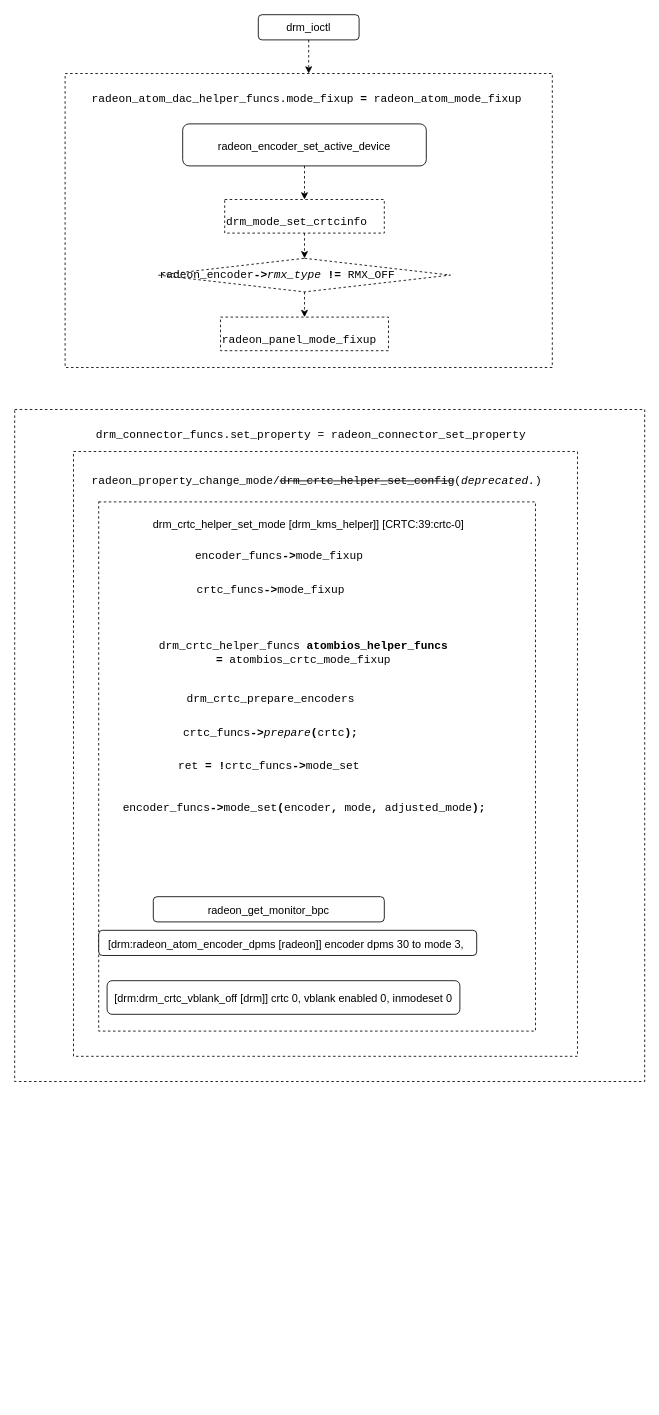
hongaoo/draw-io-files keeps this draw.io diagram as dir/Untitled Diagram.drawio. Above is the earlier version. Source tidied: cells renumbered, new cells numbered last; positions are measured from the earlier drawing's top-left corner, leaving out a move shared by most shapes. Both pictures are drawn from the tidied source at 84%, with x=0, y=0 at pixel (14, 14).
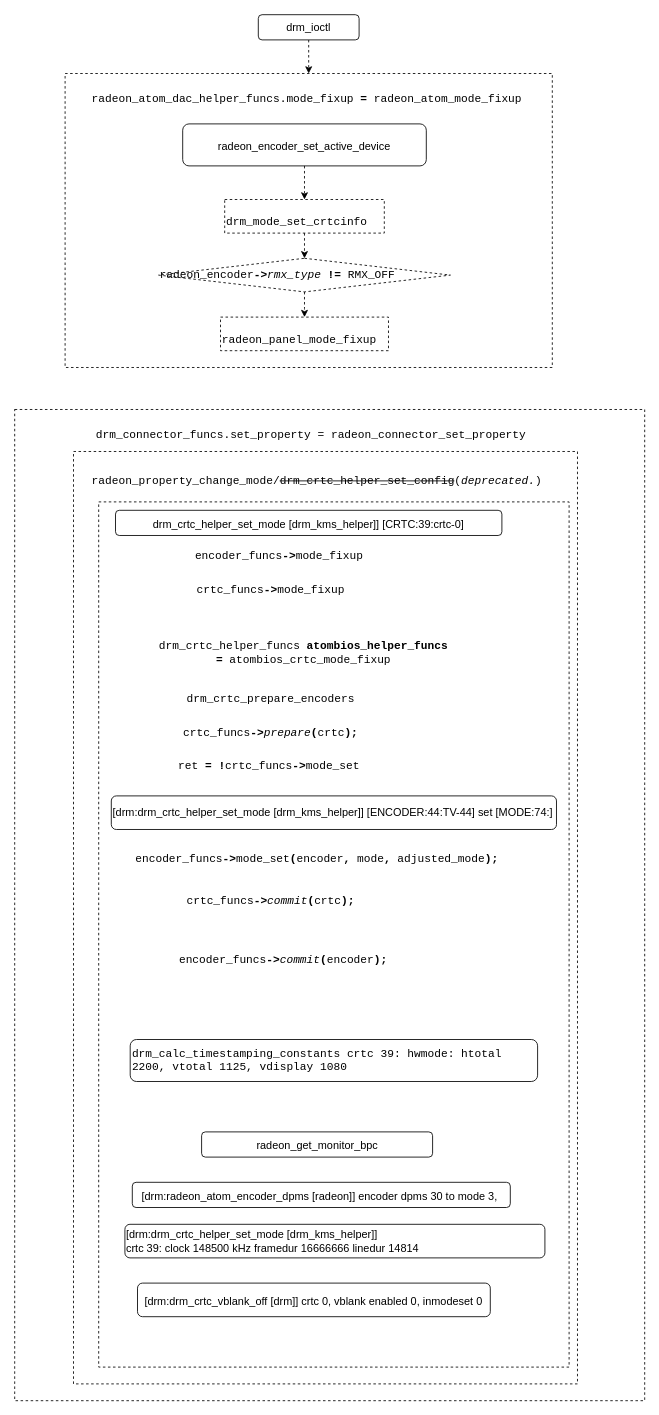
The same page after the edit.

Change to the diagram source:
```diff
@@
     <mxCell id="2" style="rounded=0;whiteSpace=wrap;html=1;dashed=1;fontSize=13;fontColor=default;strokeColor=default;fillColor=none;gradientColor=none;align=left;" parent="1" vertex="1">
-      <mxGeometry y="470" width="750" height="800" as="geometry" />
+      <mxGeometry y="470" width="750" height="1180" as="geometry" />
     </mxCell>
     <mxCell id="3" style="rounded=0;whiteSpace=wrap;html=1;dashed=1;fontSize=13;fontColor=default;strokeColor=default;fillColor=none;gradientColor=none;align=left;" parent="1" vertex="1">
-      <mxGeometry x="70" y="520" width="600" height="720" as="geometry" />
+      <mxGeometry x="70" y="520" width="600" height="1110" as="geometry" />
     </mxCell>
     <mxCell id="4" style="rounded=0;whiteSpace=wrap;html=1;dashed=1;fontSize=13;fontColor=default;strokeColor=default;fillColor=none;gradientColor=none;align=left;" parent="1" vertex="1">
-      <mxGeometry x="100" y="580" width="520" height="630" as="geometry" />
+      <mxGeometry x="100" y="580" width="560" height="1030" as="geometry" />
     </mxCell>
@@
-    <mxCell id="7" value="&lt;div&gt;&lt;font style=&quot;font-size: 13px&quot;&gt;&lt;br&gt;&lt;/font&gt;&lt;/div&gt;&lt;div&gt;&lt;font style=&quot;font-size: 13px&quot;&gt;drm_crtc_helper_set_mode [drm_kms_helper]] [CRTC:39:crtc-0]&lt;/font&gt;&lt;/div&gt;&lt;div&gt;&lt;br&gt;&lt;/div&gt;" style="rounded=1;whiteSpace=wrap;html=1;fontSize=18;fontColor=default;strokeColor=none;fillColor=none;dashed=1;" parent="1" vertex="1">
+    <mxCell id="7" value="&lt;div&gt;&lt;font style=&quot;font-size: 13px&quot;&gt;&lt;br&gt;&lt;/font&gt;&lt;/div&gt;&lt;div&gt;&lt;font style=&quot;font-size: 13px&quot;&gt;drm_crtc_helper_set_mode [drm_kms_helper]] [CRTC:39:crtc-0]&lt;/font&gt;&lt;/div&gt;&lt;div&gt;&lt;br&gt;&lt;/div&gt;" style="rounded=1;whiteSpace=wrap;html=1;fontSize=18;fontColor=default;strokeColor=default;fillColor=none;" parent="1" vertex="1">
       <mxGeometry x="120" y="590" width="460" height="30" as="geometry" />
     </mxCell>
     <mxCell id="8" value="&lt;font style=&quot;font-size: 13px&quot;&gt;radeon_get_monitor_bpc&lt;/font&gt;" style="rounded=1;whiteSpace=wrap;html=1;fontSize=18;fontColor=default;strokeColor=default;fillColor=default;" parent="1" vertex="1">
-      <mxGeometry x="165" y="1050" width="275" height="30" as="geometry" />
+      <mxGeometry x="222.5" y="1330" width="275" height="30" as="geometry" />
     </mxCell>
     <mxCell id="9" value="&lt;font style=&quot;font-size: 13px&quot;&gt;[drm:radeon_atom_encoder_dpms [radeon]] encoder dpms 30 to mode 3,&amp;nbsp;&lt;/font&gt;" style="rounded=1;whiteSpace=wrap;html=1;fontSize=18;fontColor=default;strokeColor=default;fillColor=default;" parent="1" vertex="1">
-      <mxGeometry x="100" y="1090" width="450" height="30" as="geometry" />
+      <mxGeometry x="140" y="1390" width="450" height="30" as="geometry" />
     </mxCell>
     <mxCell id="10" value="&lt;div&gt;&lt;font style=&quot;font-size: 13px&quot;&gt;&lt;br&gt;&lt;/font&gt;&lt;/div&gt;&lt;div&gt;&lt;font style=&quot;font-size: 13px&quot;&gt;[drm:drm_crtc_vblank_off [drm]] crtc 0, vblank enabled 0, inmodeset 0&lt;/font&gt;&lt;/div&gt;&lt;div&gt;&lt;br&gt;&lt;/div&gt;" style="rounded=1;whiteSpace=wrap;html=1;fontSize=18;fontColor=default;strokeColor=default;fillColor=default;" parent="1" vertex="1">
-      <mxGeometry x="110" y="1150" width="420" height="40" as="geometry" />
+      <mxGeometry x="146.2" y="1510" width="420" height="40" as="geometry" />
     </mxCell>
@@
     <mxCell id="28" value="&lt;p style=&quot;font-family: monospace , &amp;quot;courier&amp;quot; ; font-size: 10pt&quot;&gt;&lt;span style=&quot;&quot;&gt;encoder_funcs&lt;/span&gt;&lt;span style=&quot;font-weight: bold&quot;&gt;-&amp;gt;&lt;/span&gt;mode_set&lt;span style=&quot;font-weight: bold&quot;&gt;(&lt;/span&gt;&lt;span style=&quot;&quot;&gt;encoder&lt;/span&gt;&lt;span style=&quot;font-weight: bold&quot;&gt;,&lt;/span&gt; &lt;span style=&quot;&quot;&gt;mode&lt;/span&gt;&lt;span style=&quot;font-weight: bold&quot;&gt;,&lt;/span&gt; &lt;span style=&quot;&quot;&gt;adjusted_mode&lt;/span&gt;&lt;span style=&quot;font-weight: bold&quot;&gt;);&lt;/span&gt;&lt;/p&gt;" style="text;html=1;strokeColor=none;fillColor=none;align=center;verticalAlign=middle;whiteSpace=wrap;rounded=0;dashed=1;fontSize=13;fontColor=default;" parent="1" vertex="1">
-      <mxGeometry x="110" y="930" width="470" height="30" as="geometry" />
+      <mxGeometry x="125" y="990" width="470" height="30" as="geometry" />
     </mxCell>
+    <mxCell id="29" value="&lt;p style=&quot;font-family: monospace , &amp;quot;courier&amp;quot; ; font-size: 10pt&quot;&gt;&lt;span style=&quot;&quot;&gt;crtc_funcs&lt;/span&gt;&lt;span style=&quot;font-weight: bold&quot;&gt;-&amp;gt;&lt;/span&gt;&lt;span style=&quot;font-style: italic;&quot;&gt;commit&lt;/span&gt;&lt;span style=&quot;font-weight: bold&quot;&gt;(&lt;/span&gt;&lt;span style=&quot;&quot;&gt;crtc&lt;/span&gt;&lt;span style=&quot;font-weight: bold&quot;&gt;);&lt;/span&gt;&lt;/p&gt;" style="text;html=1;strokeColor=none;fillColor=none;align=center;verticalAlign=middle;whiteSpace=wrap;rounded=0;dashed=1;fontSize=13;fontColor=default;" parent="1" vertex="1">
+      <mxGeometry x="165" y="1040" width="280" height="30" as="geometry" />
+    </mxCell>
+    <mxCell id="30" value="&lt;p style=&quot;font-family: monospace , &amp;quot;courier&amp;quot; ; font-size: 10pt&quot;&gt;&lt;span style=&quot;&quot;&gt;encoder_funcs&lt;/span&gt;&lt;span style=&quot;font-weight: bold&quot;&gt;-&amp;gt;&lt;/span&gt;&lt;span style=&quot;font-style: italic;&quot;&gt;commit&lt;/span&gt;&lt;span style=&quot;font-weight: bold&quot;&gt;(&lt;/span&gt;&lt;span style=&quot;&quot;&gt;encoder&lt;/span&gt;&lt;span style=&quot;font-weight: bold&quot;&gt;);&lt;/span&gt;&lt;/p&gt;" style="text;html=1;strokeColor=none;fillColor=none;align=center;verticalAlign=middle;whiteSpace=wrap;rounded=0;dashed=1;fontSize=13;fontColor=default;" parent="1" vertex="1">
+      <mxGeometry x="175" y="1110" width="290" height="30" as="geometry" />
+    </mxCell>
+    <mxCell id="31" value="[drm:drm_crtc_helper_set_mode [drm_kms_helper]] [ENCODER:44:TV-44] set [MODE:74:]" style="rounded=1;whiteSpace=wrap;html=1;fontSize=13;fontColor=default;strokeColor=default;fillColor=default;gradientColor=none;align=left;" parent="1" vertex="1">
+      <mxGeometry x="115" y="930" width="530" height="40" as="geometry" />
+    </mxCell>
+    <mxCell id="32" value="&lt;p style=&quot;font-family: monospace , &amp;quot;courier&amp;quot; ; font-size: 10pt&quot;&gt;drm_calc_timestamping_constants&amp;nbsp;&lt;span style=&quot;font-size: 13.3333px&quot;&gt;crtc 39: hwmode: htotal 2200, vtotal 1125, vdisplay 1080&lt;/span&gt;&lt;/p&gt;" style="rounded=1;whiteSpace=wrap;html=1;fontSize=13;fontColor=default;strokeColor=default;fillColor=default;gradientColor=none;align=left;" parent="1" vertex="1">
+      <mxGeometry x="137.5" y="1220" width="485" height="50" as="geometry" />
+    </mxCell>
+    <mxCell id="33" value="[drm:drm_crtc_helper_set_mode [drm_kms_helper]] &lt;br&gt;crtc 39: clock 148500 kHz framedur 16666666 linedur 14814" style="rounded=1;whiteSpace=wrap;html=1;fontSize=13;fontColor=default;strokeColor=default;fillColor=default;gradientColor=none;align=left;" parent="1" vertex="1">
+      <mxGeometry x="131.2" y="1440" width="500" height="40" as="geometry" />
+    </mxCell>
```
